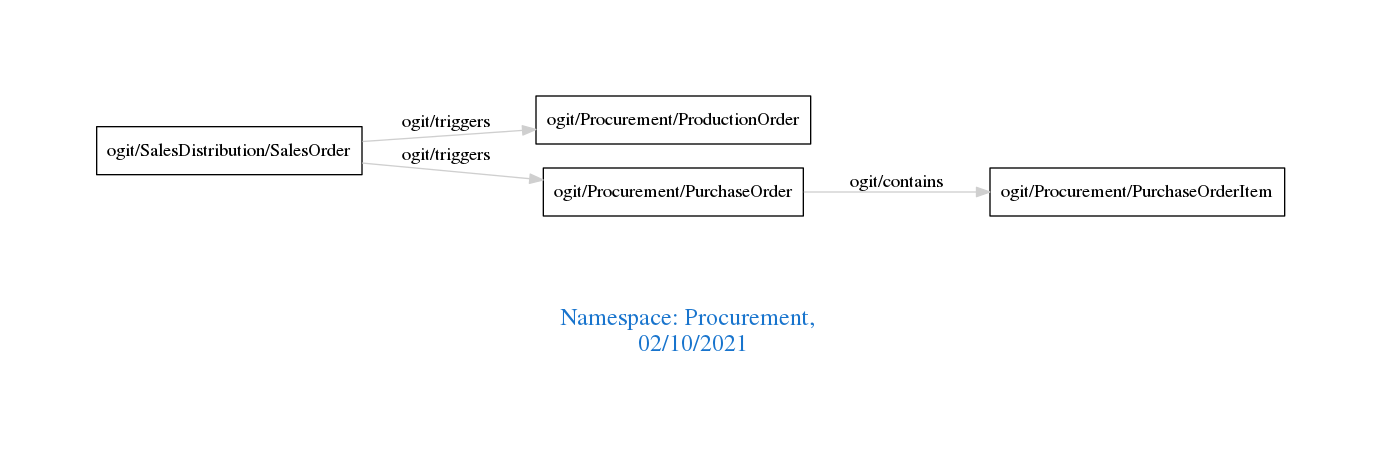
arago/OGIT keeps this Graphviz diagram as downloads/Procurement.png. Above is the earlier version. Its source is kept beside it as downloads/Procurement.dot.
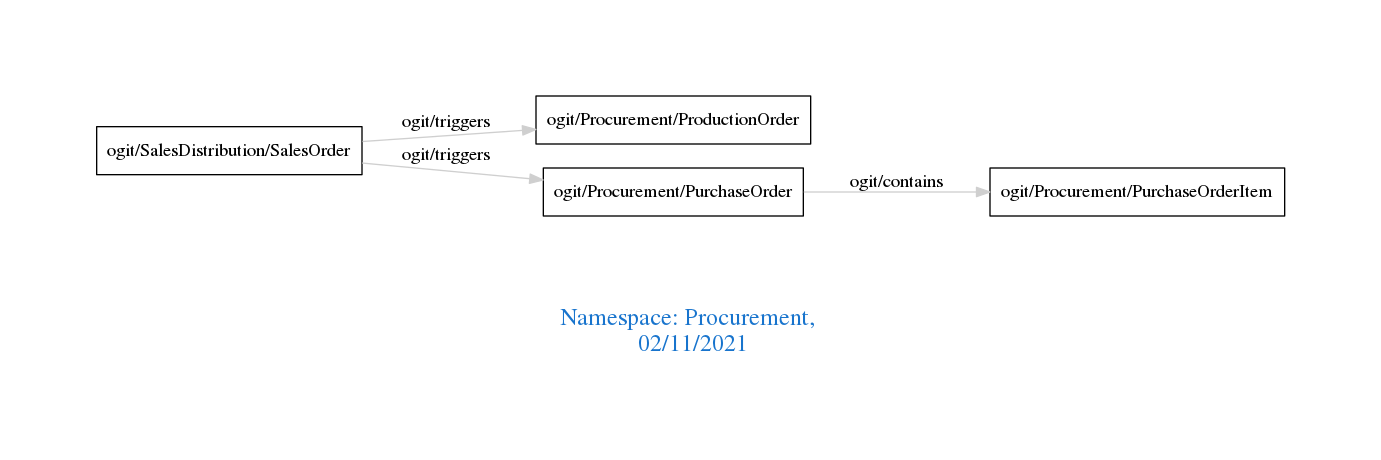
Above is the later version.

Diff of the diagram source:
```diff
@@ -1,7 +1,7 @@
 digraph OGIT_ontology {
  graph [ rankdir= LR,pad=1
 fontsize = 18,
-fontcolor= dodgerblue3,label = "\n\n\nNamespace: Procurement, \n 02/10/2021"];
+fontcolor= dodgerblue3,label = "\n\n\nNamespace: Procurement, \n 02/11/2021"];
 node[shape=polygon];
 edge [  color="gray81"];
 
```
